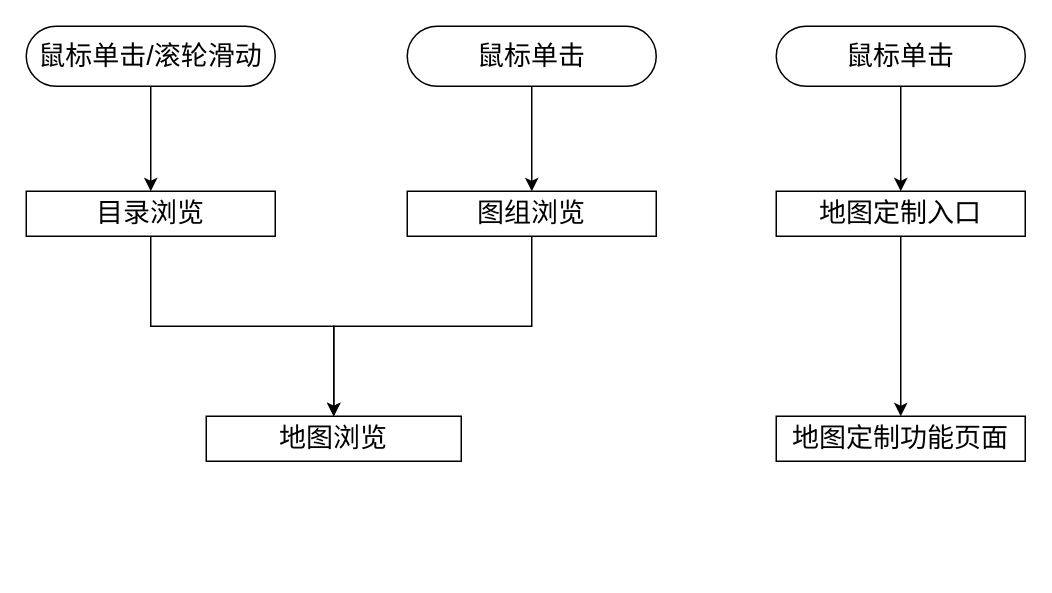
Above: page "地图浏览流程" (7 of 11) of Untitled Diagram.drawio in lz-tc/lz-tc.github.io (draw.io), before the change. Source tidied: cells renumbered, new cells numbered last; positions are measured from the earlier drawing's top-left corner, leaving out a move shared by most shapes. Both pictures are drawn from the tidied source at 150%, with x=0, y=0 at pixel (26, 26).
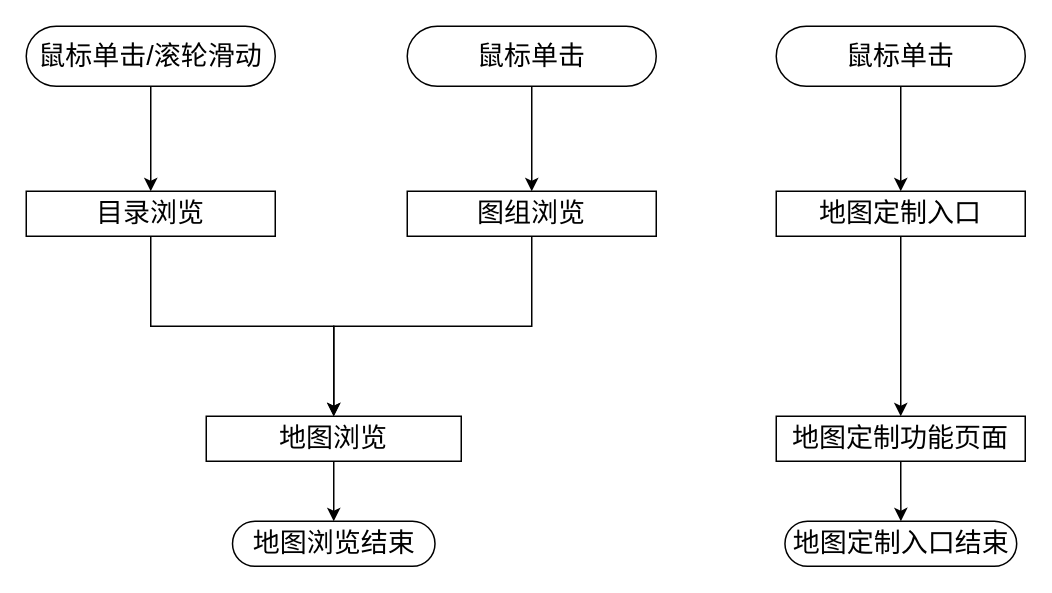
After the change.

What changed in the source:
```diff
@@
 <mxGraphModel>
   <root>
     <mxCell id="0" />
     <mxCell id="1" parent="0" />
     <mxCell id="2" style="edgeStyle=orthogonalEdgeStyle;rounded=0;jettySize=auto;html=1;exitX=0.5;exitY=1;exitDx=0;exitDy=0;entryX=0.5;entryY=0;entryDx=0;entryDy=0;fontSize=18;fontColor=#000000;" parent="1" edge="1" source="3" target="5">
       <mxGeometry relative="1" as="geometry" />
     </mxCell>
     <mxCell id="3" value="&lt;span&gt;鼠标单击/滚轮滑动&lt;/span&gt;" style="rounded=1;whiteSpace=wrap;html=1;shadow=0;fontSize=18;fontColor=#000000;fillColor=#FFFFFF;arcSize=50;" parent="1" vertex="1">
       <mxGeometry width="166" height="40" as="geometry" />
     </mxCell>
     <mxCell id="4" style="edgeStyle=orthogonalEdgeStyle;rounded=0;jettySize=auto;html=1;exitX=0.5;exitY=1;exitDx=0;exitDy=0;entryX=0.5;entryY=0;entryDx=0;entryDy=0;fontSize=18;fontColor=#000000;" parent="1" edge="1" source="5" target="6">
       <mxGeometry relative="1" as="geometry" />
     </mxCell>
     <mxCell id="5" value="目录浏览" style="rounded=0;whiteSpace=wrap;html=1;shadow=0;fontSize=18;fontColor=#000000;fillColor=#FFFFFF;" parent="1" vertex="1">
       <mxGeometry y="110" width="166" height="30" as="geometry" />
     </mxCell>
+    <mxCell id="16" style="edgeStyle=orthogonalEdgeStyle;rounded=0;jettySize=auto;html=1;" parent="1" edge="1" source="6" target="18">
+      <mxGeometry relative="1" as="geometry" />
+    </mxCell>
     <mxCell id="6" value="地图浏览" style="rounded=0;whiteSpace=wrap;html=1;shadow=0;fontSize=18;fontColor=#000000;fillColor=#FFFFFF;" parent="1" vertex="1">
       <mxGeometry x="120" y="260" width="170" height="30" as="geometry" />
     </mxCell>
     <mxCell id="7" style="edgeStyle=orthogonalEdgeStyle;rounded=0;jettySize=auto;html=1;exitX=0.5;exitY=1;exitDx=0;exitDy=0;entryX=0.5;entryY=0;entryDx=0;entryDy=0;fontSize=18;fontColor=#000000;" parent="1" edge="1" source="8" target="10">
       <mxGeometry relative="1" as="geometry" />
     </mxCell>
     <mxCell id="8" value="&lt;span&gt;鼠标单击&lt;/span&gt;" style="rounded=1;whiteSpace=wrap;html=1;shadow=0;fontSize=18;fontColor=#000000;fillColor=#FFFFFF;arcSize=50;" parent="1" vertex="1">
       <mxGeometry x="254" width="166" height="40" as="geometry" />
     </mxCell>
     <mxCell id="9" style="edgeStyle=orthogonalEdgeStyle;rounded=0;jettySize=auto;html=1;exitX=0.5;exitY=1;exitDx=0;exitDy=0;entryX=0.5;entryY=0;entryDx=0;entryDy=0;fontSize=18;fontColor=#000000;" parent="1" edge="1" source="10" target="6">
       <mxGeometry relative="1" as="geometry" />
     </mxCell>
     <mxCell id="10" value="图组浏览" style="rounded=0;whiteSpace=wrap;html=1;shadow=0;fontSize=18;fontColor=#000000;fillColor=#FFFFFF;" parent="1" vertex="1">
       <mxGeometry x="254" y="110" width="166" height="30" as="geometry" />
     </mxCell>
     <mxCell id="11" style="edgeStyle=orthogonalEdgeStyle;rounded=0;jettySize=auto;html=1;exitX=0.5;exitY=1;exitDx=0;exitDy=0;entryX=0.5;entryY=0;entryDx=0;entryDy=0;fontSize=18;fontColor=#000000;" parent="1" edge="1" source="12" target="14">
       <mxGeometry relative="1" as="geometry" />
     </mxCell>
     <mxCell id="12" value="&lt;span&gt;鼠标单击&lt;/span&gt;" style="rounded=1;whiteSpace=wrap;html=1;shadow=0;fontSize=18;fontColor=#000000;fillColor=#FFFFFF;arcSize=50;" parent="1" vertex="1">
       <mxGeometry x="500" width="166" height="40" as="geometry" />
     </mxCell>
     <mxCell id="13" style="edgeStyle=orthogonalEdgeStyle;rounded=0;jettySize=auto;html=1;exitX=0.5;exitY=1;exitDx=0;exitDy=0;entryX=0.5;entryY=0;entryDx=0;entryDy=0;fontSize=18;fontColor=#000000;" parent="1" edge="1" source="14" target="15">
       <mxGeometry relative="1" as="geometry" />
     </mxCell>
     <mxCell id="14" value="地图定制入口" style="rounded=0;whiteSpace=wrap;html=1;shadow=0;fontSize=18;fontColor=#000000;fillColor=#FFFFFF;" parent="1" vertex="1">
       <mxGeometry x="500" y="110" width="166" height="30" as="geometry" />
     </mxCell>
+    <mxCell id="17" style="edgeStyle=orthogonalEdgeStyle;rounded=0;jettySize=auto;html=1;" parent="1" edge="1" source="15" target="19">
+      <mxGeometry relative="1" as="geometry" />
+    </mxCell>
     <mxCell id="15" value="地图定制功能页面" style="rounded=0;whiteSpace=wrap;html=1;shadow=0;fontSize=18;fontColor=#000000;fillColor=#FFFFFF;" parent="1" vertex="1">
       <mxGeometry x="500" y="260" width="166" height="30" as="geometry" />
     </mxCell>
+    <mxCell id="18" value="&lt;span&gt;地图浏览结束&lt;/span&gt;" style="rounded=1;whiteSpace=wrap;html=1;shadow=0;fontSize=18;fontColor=#000000;fillColor=#FFFFFF;arcSize=50;" parent="1" vertex="1">
+      <mxGeometry x="137.5" y="330" width="135" height="30" as="geometry" />
+    </mxCell>
+    <mxCell id="19" value="&lt;span&gt;地图定制入口结束&lt;/span&gt;" style="rounded=1;whiteSpace=wrap;html=1;shadow=0;fontSize=18;fontColor=#000000;fillColor=#FFFFFF;arcSize=50;" parent="1" vertex="1">
+      <mxGeometry x="505.8" y="330" width="154.5" height="30" as="geometry" />
+    </mxCell>
   </root>
 </mxGraphModel>
```
